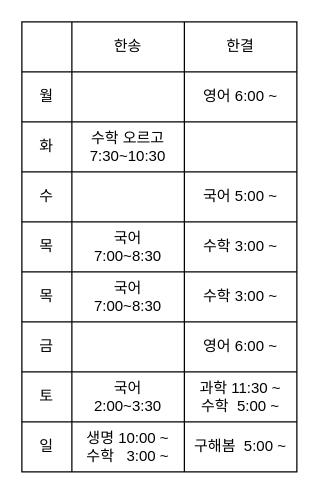
This is time_table.drawio from hunsooni/diagram, a draw.io file, before an edit. Source tidied: cells renumbered, new cells numbered last; positions are measured from the earlier drawing's top-left corner, leaving out a move shared by most shapes. Both pictures are drawn from the tidied source at 125%, with x=0, y=0 at pixel (21, 21).
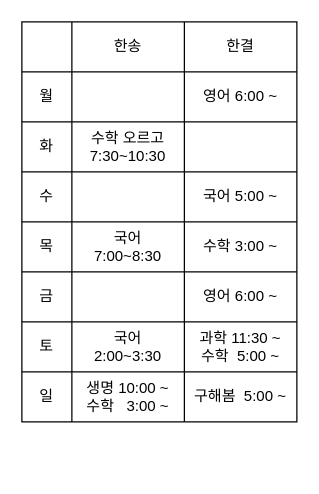
Above is the later version.

Diff of the diagram source:
```diff
@@
     <mxCell id="2" style="shape=table;startSize=0;childLayout=tableLayout;" parent="1" vertex="1">
-      <mxGeometry width="220" height="360" as="geometry" />
+      <mxGeometry width="220" height="320" as="geometry" />
     </mxCell>
@@
-    <mxCell id="19" style="shape=tableRow;horizontal=0;startSize=0;swimlaneHead=0;swimlaneBody=0;top=0;left=0;bottom=0;right=0;fillColor=none;" parent="2" vertex="1">
-      <mxGeometry y="160" width="220" height="40" as="geometry" />
-    </mxCell>
-    <mxCell id="20" value="목" style="shape=partialRectangle;html=1;whiteSpace=wrap;overflow=hidden;fillColor=none;top=0;left=0;bottom=0;right=0;" parent="19" vertex="1">
-      <mxGeometry width="40" height="40" as="geometry" />
-    </mxCell>
-    <mxCell id="21" value="국어&lt;br&gt;7:00~8:30" style="shape=partialRectangle;html=1;whiteSpace=wrap;overflow=hidden;fillColor=none;top=0;left=0;bottom=0;right=0;" parent="19" vertex="1">
-      <mxGeometry x="40" width="90" height="40" as="geometry" />
-    </mxCell>
-    <mxCell id="22" value="수학 3:00 ~" style="shape=partialRectangle;html=1;whiteSpace=wrap;overflow=hidden;fillColor=none;top=0;left=0;bottom=0;right=0;" parent="19" vertex="1">
-      <mxGeometry x="130" width="90" height="40" as="geometry" />
-    </mxCell>
     <mxCell id="23" style="shape=tableRow;horizontal=0;startSize=0;swimlaneHead=0;swimlaneBody=0;top=0;left=0;bottom=0;right=0;fillColor=none;" parent="2" vertex="1">
-      <mxGeometry y="200" width="220" height="40" as="geometry" />
+      <mxGeometry y="160" width="220" height="40" as="geometry" />
     </mxCell>
@@
     <mxCell id="27" style="shape=tableRow;horizontal=0;startSize=0;swimlaneHead=0;swimlaneBody=0;top=0;left=0;bottom=0;right=0;fillColor=none;" parent="2" vertex="1">
-      <mxGeometry y="240" width="220" height="40" as="geometry" />
+      <mxGeometry y="200" width="220" height="40" as="geometry" />
     </mxCell>
@@
     <mxCell id="31" style="shape=tableRow;horizontal=0;startSize=0;swimlaneHead=0;swimlaneBody=0;top=0;left=0;bottom=0;right=0;fillColor=none;" parent="2" vertex="1">
-      <mxGeometry y="280" width="220" height="40" as="geometry" />
+      <mxGeometry y="240" width="220" height="40" as="geometry" />
     </mxCell>
@@
     <mxCell id="35" style="shape=tableRow;horizontal=0;startSize=0;swimlaneHead=0;swimlaneBody=0;top=0;left=0;bottom=0;right=0;fillColor=none;" parent="2" vertex="1">
-      <mxGeometry y="320" width="220" height="40" as="geometry" />
+      <mxGeometry y="280" width="220" height="40" as="geometry" />
     </mxCell>
```
